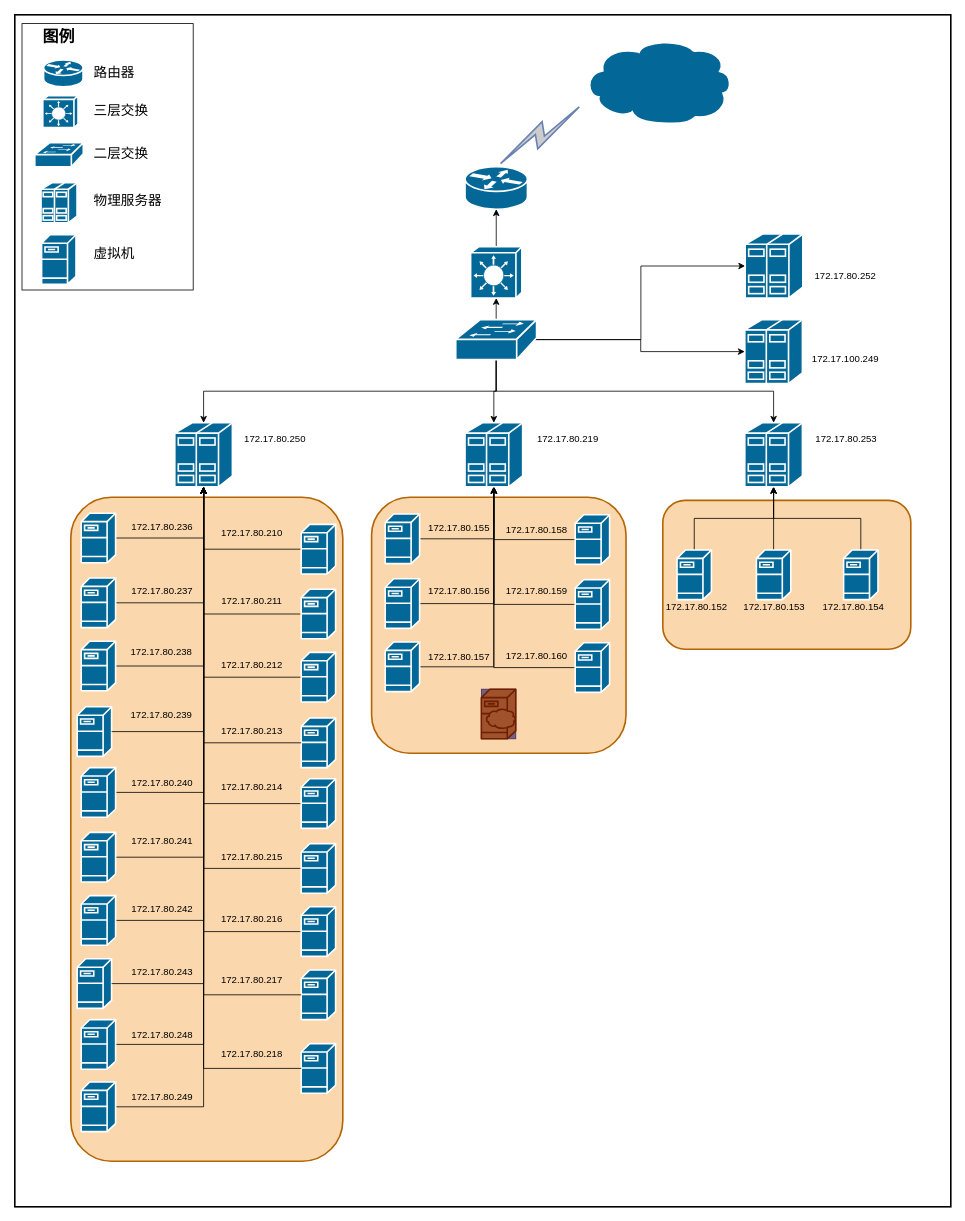
The draw.io diagram ytmedia_3.drawio in lugoing/drawio, before the edit. Source tidied: cells renumbered, new cells numbered last; positions are measured from the earlier drawing's top-left corner, leaving out a move shared by most shapes. Both pictures are drawn from the tidied source at 80%, with x=0, y=0 at pixel (14, 14).
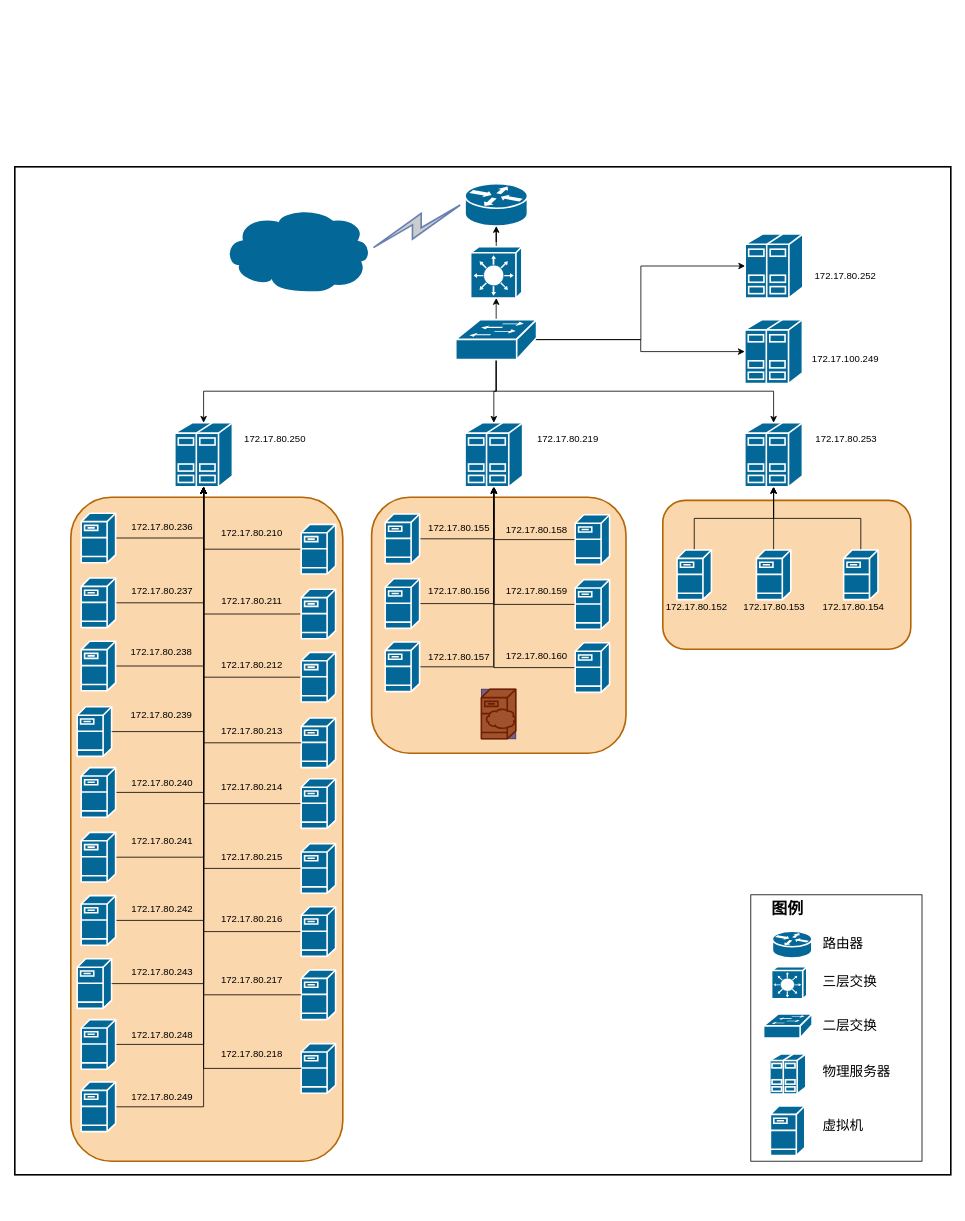
The same page after the edit.

Change to the diagram source:
```diff
@@
     <mxCell id="2" style="whiteSpace=wrap;html=1;strokeWidth=2;" parent="1" vertex="1">
-      <mxGeometry width="1170" height="1490" as="geometry" />
+      <mxGeometry y="190" width="1170" height="1260" as="geometry" />
     </mxCell>
     <mxCell id="3" style="rounded=0;whiteSpace=wrap;html=1;fontSize=20;align=left;" parent="1" vertex="1">
-      <mxGeometry x="9" y="11" width="214" height="333" as="geometry" />
+      <mxGeometry x="920" y="1100" width="214" height="333" as="geometry" />
     </mxCell>
@@
     <mxCell id="7" style="shape=mxgraph.cisco.routers.router;html=1;dashed=0;fillColor=#036897;strokeColor=#ffffff;strokeWidth=2;verticalLabelPosition=bottom;verticalAlign=top;align=center;outlineConnect=0;" parent="1" vertex="1">
-      <mxGeometry x="562.8" y="190" width="78" height="53" as="geometry" />
+      <mxGeometry x="562.8" y="211" width="78" height="53" as="geometry" />
     </mxCell>
     <mxCell id="8" style="shape=mxgraph.cisco.storage.cloud;html=1;dashed=0;fillColor=#036897;strokeColor=#ffffff;strokeWidth=2;verticalLabelPosition=bottom;verticalAlign=top;align=center;outlineConnect=0;" parent="1" vertex="1">
-      <mxGeometry x="711" y="30" width="186" height="106" as="geometry" />
+      <mxGeometry x="260" y="241" width="186" height="106" as="geometry" />
     </mxCell>
@@
-    <mxCell id="17" style="html=1;outlineConnect=0;fillColor=#CCCCCC;strokeColor=#6881B3;gradientColor=none;gradientDirection=north;strokeWidth=2;shape=mxgraph.networks.comm_link_edge;html=1;exitX=0.5;exitY=0;exitDx=0;exitDy=0;exitPerimeter=0;" parent="1" edge="1" source="7" target="8">
+    <mxCell id="17" style="html=1;outlineConnect=0;fillColor=#CCCCCC;strokeColor=#6881B3;gradientColor=none;gradientDirection=north;strokeWidth=2;shape=mxgraph.networks.comm_link_edge;html=1;entryX=0.98;entryY=0.5;entryDx=0;entryDy=0;entryPerimeter=0;" parent="1" edge="1" source="7" target="8">
       <mxGeometry relative="1" as="geometry">
         <Array as="points">
           <mxPoint x="353" y="220" />
         </Array>
       </mxGeometry>
     </mxCell>
@@
     <mxCell id="121" style="shape=mxgraph.cisco.routers.router;html=1;dashed=0;fillColor=#036897;strokeColor=#ffffff;strokeWidth=2;verticalLabelPosition=bottom;verticalAlign=top;align=center;" parent="1" vertex="1">
-      <mxGeometry x="36" y="56.5" width="49.3" height="33.5" as="geometry" />
+      <mxGeometry x="947" y="1145.5" width="49.3" height="33.5" as="geometry" />
     </mxCell>
     <mxCell id="122" value="路由器" style="text;html=1;strokeColor=none;fillColor=none;align=left;verticalAlign=middle;whiteSpace=wrap;rounded=0;fontSize=17;" parent="1" vertex="1">
-      <mxGeometry x="97" y="63.2" width="62" height="20" as="geometry" />
+      <mxGeometry x="1008" y="1152.2" width="62" height="20" as="geometry" />
     </mxCell>
     <mxCell id="123" value="图例" style="text;html=1;strokeColor=none;fillColor=none;align=center;verticalAlign=middle;whiteSpace=wrap;rounded=0;fontSize=20;fontStyle=1;" parent="1" vertex="1">
-      <mxGeometry x="20" y="17" width="70" height="20" as="geometry" />
+      <mxGeometry x="931" y="1106" width="70" height="20" as="geometry" />
     </mxCell>
     <mxCell id="124" style="shape=mxgraph.cisco.switches.layer_3_switch;html=1;dashed=0;fillColor=#036897;strokeColor=#ffffff;strokeWidth=2;verticalLabelPosition=bottom;verticalAlign=top;align=center;" parent="1" vertex="1">
-      <mxGeometry x="35" y="101" width="44" height="40" as="geometry" />
+      <mxGeometry x="946" y="1190" width="44" height="40" as="geometry" />
     </mxCell>
     <mxCell id="125" value="三层交换" style="text;html=1;strokeColor=none;fillColor=none;align=left;verticalAlign=middle;whiteSpace=wrap;rounded=0;fontSize=17;" parent="1" vertex="1">
-      <mxGeometry x="97" y="111" width="92" height="20" as="geometry" />
+      <mxGeometry x="1008" y="1200" width="92" height="20" as="geometry" />
     </mxCell>
     <mxCell id="126" style="shape=mxgraph.cisco.switches.workgroup_switch;html=1;dashed=0;fillColor=#036897;strokeColor=#ffffff;strokeWidth=2;verticalLabelPosition=bottom;verticalAlign=top;align=center;" parent="1" vertex="1">
-      <mxGeometry x="25" y="160" width="60.6" height="30" as="geometry" />
+      <mxGeometry x="936" y="1249" width="60.6" height="30" as="geometry" />
     </mxCell>
     <mxCell id="127" value="二层交换" style="text;html=1;strokeColor=none;fillColor=none;align=left;verticalAlign=middle;whiteSpace=wrap;rounded=0;fontSize=17;" parent="1" vertex="1">
-      <mxGeometry x="97" y="165" width="92" height="20" as="geometry" />
+      <mxGeometry x="1008" y="1254" width="92" height="20" as="geometry" />
     </mxCell>
     <mxCell id="128" style="shape=mxgraph.cisco.servers.standard_host;html=1;dashed=0;fillColor=#036897;strokeColor=#ffffff;strokeWidth=2;verticalLabelPosition=bottom;verticalAlign=top;align=center;" parent="1" vertex="1">
-      <mxGeometry x="32.8" y="210" width="45" height="50" as="geometry" />
+      <mxGeometry x="943.8" y="1299" width="45" height="50" as="geometry" />
     </mxCell>
     <mxCell id="129" value="物理服务器" style="text;html=1;strokeColor=none;fillColor=none;align=left;verticalAlign=middle;whiteSpace=wrap;rounded=0;fontSize=17;" parent="1" vertex="1">
-      <mxGeometry x="97" y="223" width="92" height="20" as="geometry" />
+      <mxGeometry x="1008" y="1312" width="92" height="20" as="geometry" />
     </mxCell>
     <mxCell id="130" style="shape=mxgraph.cisco.servers.fileserver;html=1;dashed=0;fillColor=#036897;strokeColor=#ffffff;strokeWidth=2;verticalLabelPosition=bottom;verticalAlign=top;align=center;" parent="1" vertex="1">
-      <mxGeometry x="33.5" y="275" width="43" height="62" as="geometry" />
+      <mxGeometry x="944.5" y="1364" width="43" height="62" as="geometry" />
     </mxCell>
     <mxCell id="131" value="虚拟机" style="text;html=1;strokeColor=none;fillColor=none;align=left;verticalAlign=middle;whiteSpace=wrap;rounded=0;fontSize=17;" parent="1" vertex="1">
-      <mxGeometry x="97" y="290" width="92" height="20" as="geometry" />
+      <mxGeometry x="1008" y="1379" width="92" height="20" as="geometry" />
     </mxCell>
```
